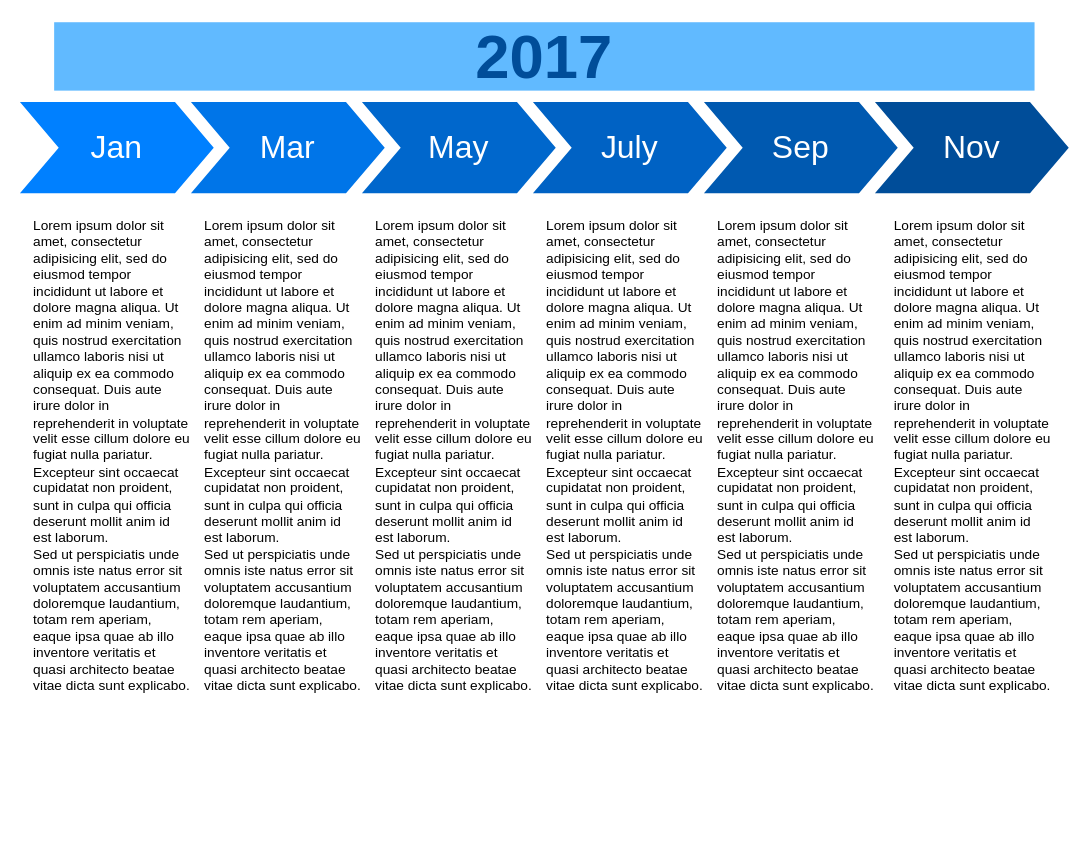
Above: LiveArt.drawio in xiaopengs/Brainstorming (draw.io), before the change. Source tidied: cells renumbered, new cells numbered last; positions are measured from the earlier drawing's top-left corner, leaving out a move shared by most shapes. Both pictures are drawn from the tidied source at 114%, with x=0, y=0 at pixel (19, 22).
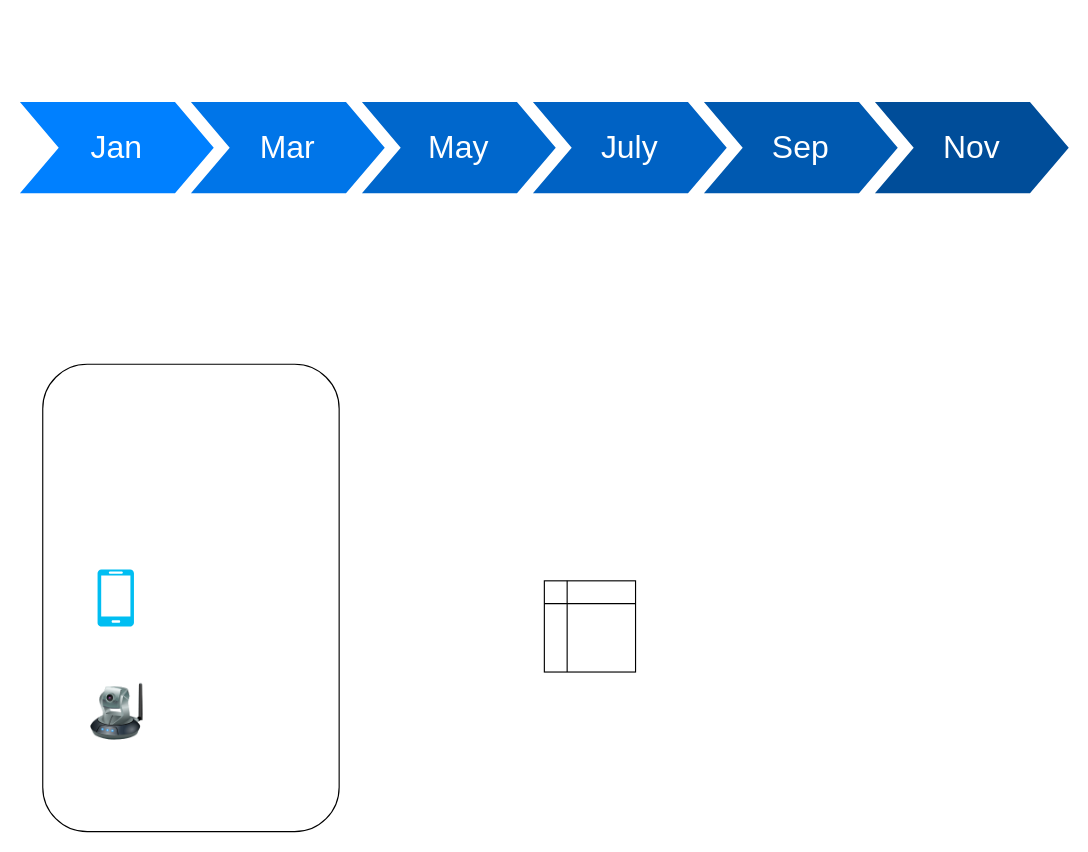
The same page after the edit.

What changed in the source:
```diff
@@
 <mxGraphModel background="#ffffff">
   <root>
     <mxCell id="0" />
     <mxCell id="1" parent="0" />
     <mxCell id="2" value="Jan" style="shape=step;whiteSpace=wrap;html=1;fontSize=28;fillColor=#0080FF;fontColor=#FFFFFF;strokeColor=none;" parent="1" vertex="1">
       <mxGeometry y="70" width="170" height="80" as="geometry" />
     </mxCell>
     <mxCell id="3" value="Mar" style="shape=step;whiteSpace=wrap;html=1;fontSize=28;fillColor=#0075E8;fontColor=#FFFFFF;strokeColor=none;" parent="1" vertex="1">
       <mxGeometry x="150" y="70" width="170" height="80" as="geometry" />
     </mxCell>
     <mxCell id="4" value="May" style="shape=step;whiteSpace=wrap;html=1;fontSize=28;fillColor=#0067CC;fontColor=#FFFFFF;strokeColor=none;" parent="1" vertex="1">
       <mxGeometry x="300" y="70" width="170" height="80" as="geometry" />
     </mxCell>
     <mxCell id="5" value="July" style="shape=step;whiteSpace=wrap;html=1;fontSize=28;fillColor=#0062C4;fontColor=#FFFFFF;strokeColor=none;" parent="1" vertex="1">
       <mxGeometry x="450" y="70" width="170" height="80" as="geometry" />
     </mxCell>
     <mxCell id="6" value="Sep" style="shape=step;whiteSpace=wrap;html=1;fontSize=28;fillColor=#0059B0;fontColor=#FFFFFF;strokeColor=none;" parent="1" vertex="1">
       <mxGeometry x="600" y="70" width="170" height="80" as="geometry" />
     </mxCell>
     <mxCell id="7" value="Nov" style="shape=step;whiteSpace=wrap;html=1;fontSize=28;fillColor=#004D99;fontColor=#FFFFFF;strokeColor=none;" parent="1" vertex="1">
       <mxGeometry x="750" y="70" width="170" height="80" as="geometry" />
     </mxCell>
-    <mxCell id="8" value="2017" style="text;html=1;strokeColor=none;fillColor=#61BAFF;align=center;verticalAlign=middle;whiteSpace=wrap;fontSize=54;fontStyle=1;fontColor=#004D99;" parent="1" vertex="1">
-      <mxGeometry x="30" width="860" height="60" as="geometry" />
-    </mxCell>
-    <mxCell id="9" value="Lorem ipsum dolor sit amet, consectetur adipisicing elit, sed do eiusmod tempor incididunt ut labore et dolore magna aliqua. Ut enim ad minim veniam, quis nostrud exercitation ullamco laboris nisi ut aliquip ex ea commodo consequat. Duis aute irure dolor in reprehenderit in voluptate velit esse cillum dolore eu fugiat nulla pariatur. Excepteur sint occaecat cupidatat non proident, sunt in culpa qui officia deserunt mollit anim id est laborum.&lt;br&gt;Sed ut perspiciatis unde omnis iste natus error sit voluptatem accusantium doloremque laudantium, totam rem aperiam, eaque ipsa quae ab illo inventore veritatis et quasi architecto beatae vitae dicta sunt explicabo." style="text;spacingTop=-5;fillColor=#ffffff;whiteSpace=wrap;html=1;align=left;fontSize=12;fontFamily=Helvetica;fillColor=none;strokeColor=none;" parent="1" vertex="1">
-      <mxGeometry x="10" y="170" width="140" height="470" as="geometry" />
-    </mxCell>
-    <mxCell id="10" value="Lorem ipsum dolor sit amet, consectetur adipisicing elit, sed do eiusmod tempor incididunt ut labore et dolore magna aliqua. Ut enim ad minim veniam, quis nostrud exercitation ullamco laboris nisi ut aliquip ex ea commodo consequat. Duis aute irure dolor in reprehenderit in voluptate velit esse cillum dolore eu fugiat nulla pariatur. Excepteur sint occaecat cupidatat non proident, sunt in culpa qui officia deserunt mollit anim id est laborum.&lt;br&gt;Sed ut perspiciatis unde omnis iste natus error sit voluptatem accusantium doloremque laudantium, totam rem aperiam, eaque ipsa quae ab illo inventore veritatis et quasi architecto beatae vitae dicta sunt explicabo." style="text;spacingTop=-5;fillColor=#ffffff;whiteSpace=wrap;html=1;align=left;fontSize=12;fontFamily=Helvetica;fillColor=none;strokeColor=none;" parent="1" vertex="1">
-      <mxGeometry x="160" y="170" width="140" height="470" as="geometry" />
-    </mxCell>
-    <mxCell id="11" value="Lorem ipsum dolor sit amet, consectetur adipisicing elit, sed do eiusmod tempor incididunt ut labore et dolore magna aliqua. Ut enim ad minim veniam, quis nostrud exercitation ullamco laboris nisi ut aliquip ex ea commodo consequat. Duis aute irure dolor in reprehenderit in voluptate velit esse cillum dolore eu fugiat nulla pariatur. Excepteur sint occaecat cupidatat non proident, sunt in culpa qui officia deserunt mollit anim id est laborum.&lt;br&gt;Sed ut perspiciatis unde omnis iste natus error sit voluptatem accusantium doloremque laudantium, totam rem aperiam, eaque ipsa quae ab illo inventore veritatis et quasi architecto beatae vitae dicta sunt explicabo." style="text;spacingTop=-5;fillColor=#ffffff;whiteSpace=wrap;html=1;align=left;fontSize=12;fontFamily=Helvetica;fillColor=none;strokeColor=none;" parent="1" vertex="1">
-      <mxGeometry x="310" y="170" width="140" height="470" as="geometry" />
-    </mxCell>
-    <mxCell id="12" value="Lorem ipsum dolor sit amet, consectetur adipisicing elit, sed do eiusmod tempor incididunt ut labore et dolore magna aliqua. Ut enim ad minim veniam, quis nostrud exercitation ullamco laboris nisi ut aliquip ex ea commodo consequat. Duis aute irure dolor in reprehenderit in voluptate velit esse cillum dolore eu fugiat nulla pariatur. Excepteur sint occaecat cupidatat non proident, sunt in culpa qui officia deserunt mollit anim id est laborum.&lt;br&gt;Sed ut perspiciatis unde omnis iste natus error sit voluptatem accusantium doloremque laudantium, totam rem aperiam, eaque ipsa quae ab illo inventore veritatis et quasi architecto beatae vitae dicta sunt explicabo." style="text;spacingTop=-5;fillColor=#ffffff;whiteSpace=wrap;html=1;align=left;fontSize=12;fontFamily=Helvetica;fillColor=none;strokeColor=none;" parent="1" vertex="1">
-      <mxGeometry x="460" y="170" width="140" height="470" as="geometry" />
-    </mxCell>
-    <mxCell id="13" value="Lorem ipsum dolor sit amet, consectetur adipisicing elit, sed do eiusmod tempor incididunt ut labore et dolore magna aliqua. Ut enim ad minim veniam, quis nostrud exercitation ullamco laboris nisi ut aliquip ex ea commodo consequat. Duis aute irure dolor in reprehenderit in voluptate velit esse cillum dolore eu fugiat nulla pariatur. Excepteur sint occaecat cupidatat non proident, sunt in culpa qui officia deserunt mollit anim id est laborum.&lt;br&gt;Sed ut perspiciatis unde omnis iste natus error sit voluptatem accusantium doloremque laudantium, totam rem aperiam, eaque ipsa quae ab illo inventore veritatis et quasi architecto beatae vitae dicta sunt explicabo." style="text;spacingTop=-5;fillColor=#ffffff;whiteSpace=wrap;html=1;align=left;fontSize=12;fontFamily=Helvetica;fillColor=none;strokeColor=none;" parent="1" vertex="1">
-      <mxGeometry x="610" y="170" width="140" height="470" as="geometry" />
-    </mxCell>
-    <mxCell id="14" value="Lorem ipsum dolor sit amet, consectetur adipisicing elit, sed do eiusmod tempor incididunt ut labore et dolore magna aliqua. Ut enim ad minim veniam, quis nostrud exercitation ullamco laboris nisi ut aliquip ex ea commodo consequat. Duis aute irure dolor in reprehenderit in voluptate velit esse cillum dolore eu fugiat nulla pariatur. Excepteur sint occaecat cupidatat non proident, sunt in culpa qui officia deserunt mollit anim id est laborum.&lt;br&gt;Sed ut perspiciatis unde omnis iste natus error sit voluptatem accusantium doloremque laudantium, totam rem aperiam, eaque ipsa quae ab illo inventore veritatis et quasi architecto beatae vitae dicta sunt explicabo." style="text;spacingTop=-5;fillColor=#ffffff;whiteSpace=wrap;html=1;align=left;fontSize=12;fontFamily=Helvetica;fillColor=none;strokeColor=none;" parent="1" vertex="1">
-      <mxGeometry x="765" y="170" width="140" height="470" as="geometry" />
-    </mxCell>
+    <mxCell id="15" style="rounded=1;whiteSpace=wrap;html=1;" parent="1" vertex="1">
+      <mxGeometry x="20" y="300" width="260" height="410" as="geometry" />
+    </mxCell>
+    <mxCell id="16" style="shape=internalStorage;whiteSpace=wrap;html=1;backgroundOutline=1;" parent="1" vertex="1">
+      <mxGeometry x="460" y="490" width="80" height="80" as="geometry" />
+    </mxCell>
+    <mxCell id="17" style="verticalLabelPosition=bottom;html=1;verticalAlign=top;align=center;strokeColor=none;fillColor=#00BEF2;shape=mxgraph.azure.mobile;" parent="1" vertex="1">
+      <mxGeometry x="68" y="480" width="32" height="50" as="geometry" />
+    </mxCell>
+    <mxCell id="18" style="image;html=1;image=img/lib/clip_art/networking/Ip_Camera_128x128.png;" parent="1" vertex="1">
+      <mxGeometry x="55" y="580" width="60" height="50" as="geometry" />
+    </mxCell>
   </root>
 </mxGraphModel>
```
